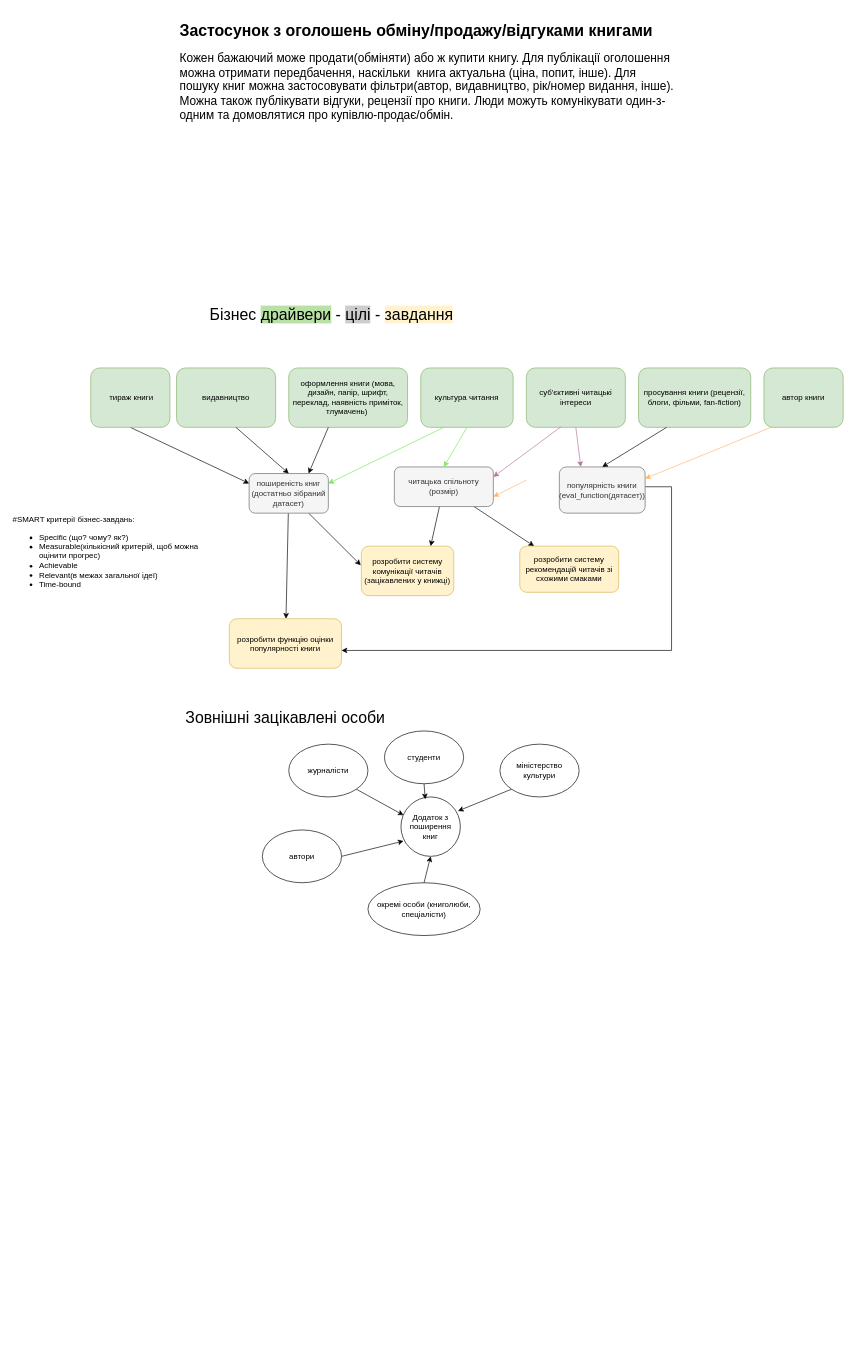
This is business_analytics/ba.drawio from AnnaBozhenko/BookResources, a draw.io file, before an edit. Source tidied: cells renumbered, new cells numbered last; positions are measured from the earlier drawing's top-left corner, leaving out a move shared by most shapes. Both pictures are drawn from the tidied source at 66%, with x=0, y=0 at pixel (11, 18).
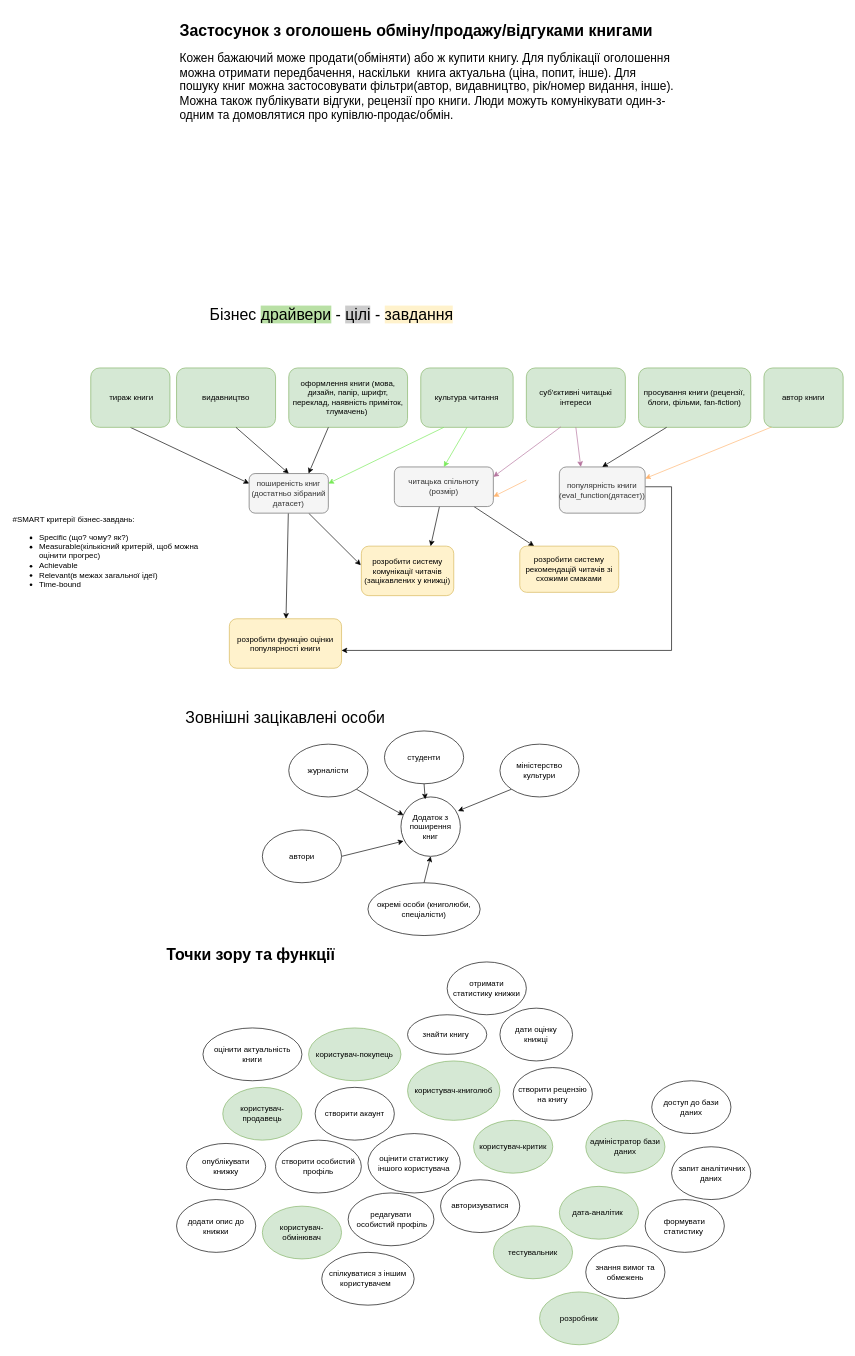
After the change.

Commit message:
Added points of view and services diagram to ba.drawio

Diff of the diagram source:
```diff
@@
+    <mxCell id="45" value="&lt;h1&gt;Точки зору та функції&lt;/h1&gt;" style="text;html=1;strokeColor=none;fillColor=none;spacing=5;spacingTop=-20;whiteSpace=wrap;overflow=hidden;rounded=0;" parent="1" vertex="1">
+      <mxGeometry x="230" y="1400" width="290" height="120" as="geometry" />
+    </mxCell>
+    <mxCell id="46" value="користувач-продавець" style="ellipse;whiteSpace=wrap;html=1;fillColor=#d5e8d4;strokeColor=#82b366;" parent="1" vertex="1">
+      <mxGeometry x="320" y="1620" width="120" height="80" as="geometry" />
+    </mxCell>
+    <mxCell id="47" value="користувач-покупець" style="ellipse;whiteSpace=wrap;html=1;fillColor=#d5e8d4;strokeColor=#82b366;" parent="1" vertex="1">
+      <mxGeometry x="450" y="1530" width="140" height="80" as="geometry" />
+    </mxCell>
+    <mxCell id="48" value="користувач-обмінювач" style="ellipse;whiteSpace=wrap;html=1;fillColor=#d5e8d4;strokeColor=#82b366;" parent="1" vertex="1">
+      <mxGeometry x="380" y="1800" width="120" height="80" as="geometry" />
+    </mxCell>
+    <mxCell id="49" value="користувач-критик" style="ellipse;whiteSpace=wrap;html=1;fillColor=#d5e8d4;strokeColor=#82b366;" parent="1" vertex="1">
+      <mxGeometry x="700" y="1670" width="120" height="80" as="geometry" />
+    </mxCell>
+    <mxCell id="50" value="користувач-книголюб" style="ellipse;whiteSpace=wrap;html=1;fillColor=#d5e8d4;strokeColor=#82b366;" parent="1" vertex="1">
+      <mxGeometry x="600" y="1580" width="140" height="90" as="geometry" />
+    </mxCell>
+    <mxCell id="51" value="адміністратор бази даних" style="ellipse;whiteSpace=wrap;html=1;fillColor=#d5e8d4;strokeColor=#82b366;" parent="1" vertex="1">
+      <mxGeometry x="870" y="1670" width="120" height="80" as="geometry" />
+    </mxCell>
+    <mxCell id="52" value="тестувальник" style="ellipse;whiteSpace=wrap;html=1;fillColor=#d5e8d4;strokeColor=#82b366;" parent="1" vertex="1">
+      <mxGeometry x="730" y="1830" width="120" height="80" as="geometry" />
+    </mxCell>
+    <mxCell id="53" value="розробник" style="ellipse;whiteSpace=wrap;html=1;fillColor=#d5e8d4;strokeColor=#82b366;" parent="1" vertex="1">
+      <mxGeometry x="800" y="1930" width="120" height="80" as="geometry" />
+    </mxCell>
+    <mxCell id="54" value="дата-аналітик&amp;nbsp;" style="ellipse;whiteSpace=wrap;html=1;fillColor=#d5e8d4;strokeColor=#82b366;" parent="1" vertex="1">
+      <mxGeometry x="830" y="1770" width="120" height="80" as="geometry" />
+    </mxCell>
+    <mxCell id="55" value="опублікувати &lt;br&gt;книжку" style="ellipse;whiteSpace=wrap;html=1;" parent="1" vertex="1">
+      <mxGeometry x="265" y="1705" width="120" height="70" as="geometry" />
+    </mxCell>
+    <mxCell id="56" value="додати опис до книжки" style="ellipse;whiteSpace=wrap;html=1;" parent="1" vertex="1">
+      <mxGeometry x="250" y="1790" width="120" height="80" as="geometry" />
+    </mxCell>
+    <mxCell id="57" value="дати оцінку&lt;br&gt;&amp;nbsp;книжці&amp;nbsp;" style="ellipse;whiteSpace=wrap;html=1;" parent="1" vertex="1">
+      <mxGeometry x="740" y="1500" width="110" height="80" as="geometry" />
+    </mxCell>
+    <mxCell id="58" value="створити акаунт" style="ellipse;whiteSpace=wrap;html=1;" parent="1" vertex="1">
+      <mxGeometry x="460" y="1620" width="120" height="80" as="geometry" />
+    </mxCell>
+    <mxCell id="59" value="авторизуватися" style="ellipse;whiteSpace=wrap;html=1;" parent="1" vertex="1">
+      <mxGeometry x="650" y="1760" width="120" height="80" as="geometry" />
+    </mxCell>
+    <mxCell id="60" value="створити особистий профіль" style="ellipse;whiteSpace=wrap;html=1;" parent="1" vertex="1">
+      <mxGeometry x="400" y="1700" width="130" height="80" as="geometry" />
+    </mxCell>
+    <mxCell id="61" value="редагувати&lt;br&gt;&amp;nbsp;особистий профіль" style="ellipse;whiteSpace=wrap;html=1;" parent="1" vertex="1">
+      <mxGeometry x="510" y="1780" width="130" height="80" as="geometry" />
+    </mxCell>
+    <mxCell id="62" value="створити рецензію на книгу" style="ellipse;whiteSpace=wrap;html=1;" parent="1" vertex="1">
+      <mxGeometry x="760" y="1590" width="120" height="80" as="geometry" />
+    </mxCell>
+    <mxCell id="63" value="знайти книгу&amp;nbsp;" style="ellipse;whiteSpace=wrap;html=1;" parent="1" vertex="1">
+      <mxGeometry x="600" y="1510" width="120" height="60" as="geometry" />
+    </mxCell>
+    <mxCell id="64" value="оцінити актуальність книги" style="ellipse;whiteSpace=wrap;html=1;" parent="1" vertex="1">
+      <mxGeometry x="290" y="1530" width="150" height="80" as="geometry" />
+    </mxCell>
+    <mxCell id="65" value="оцінити статистику іншого користувача" style="ellipse;whiteSpace=wrap;html=1;" parent="1" vertex="1">
+      <mxGeometry x="540" y="1690" width="140" height="90" as="geometry" />
+    </mxCell>
+    <mxCell id="66" value="спілкуватися з іншим користувачем&amp;nbsp;&amp;nbsp;" style="ellipse;whiteSpace=wrap;html=1;" parent="1" vertex="1">
+      <mxGeometry x="470" y="1870" width="140" height="80" as="geometry" />
+    </mxCell>
+    <mxCell id="67" value="доступ до бази даних" style="ellipse;whiteSpace=wrap;html=1;" parent="1" vertex="1">
+      <mxGeometry x="970" y="1610" width="120" height="80" as="geometry" />
+    </mxCell>
+    <mxCell id="68" value="&amp;nbsp;запит аналітичних даних" style="ellipse;whiteSpace=wrap;html=1;" parent="1" vertex="1">
+      <mxGeometry x="1000" y="1710" width="120" height="80" as="geometry" />
+    </mxCell>
+    <mxCell id="69" value="формувати статистику&amp;nbsp;" style="ellipse;whiteSpace=wrap;html=1;" parent="1" vertex="1">
+      <mxGeometry x="960" y="1790" width="120" height="80" as="geometry" />
+    </mxCell>
+    <mxCell id="70" value="знання вимог та обмежень" style="ellipse;whiteSpace=wrap;html=1;" parent="1" vertex="1">
+      <mxGeometry x="870" y="1860" width="120" height="80" as="geometry" />
+    </mxCell>
+    <mxCell id="71" value="отримати &lt;br&gt;статистику книжки" style="ellipse;whiteSpace=wrap;html=1;" parent="1" vertex="1">
+      <mxGeometry x="660" y="1430" width="120" height="80" as="geometry" />
+    </mxCell>
```
